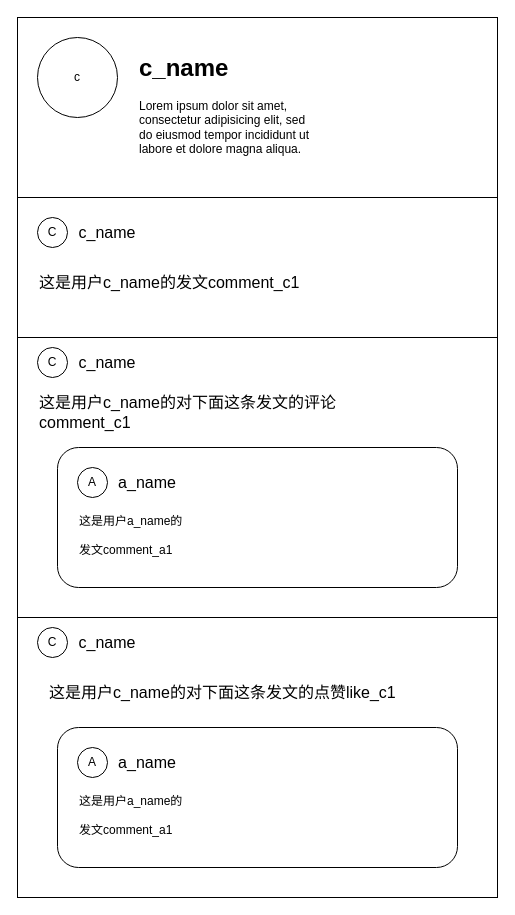
Earlier version of the draw.io diagram page "个人页" (4 of 6) of doc/drawio/unibbs.drawio (Jomeuan/unibbs). Source tidied: cells renumbered, new cells numbered last; positions are measured from the earlier drawing's top-left corner, leaving out a move shared by most shapes. Both pictures are drawn from the tidied source at 100%, with x=0, y=0 at pixel (17, 17).
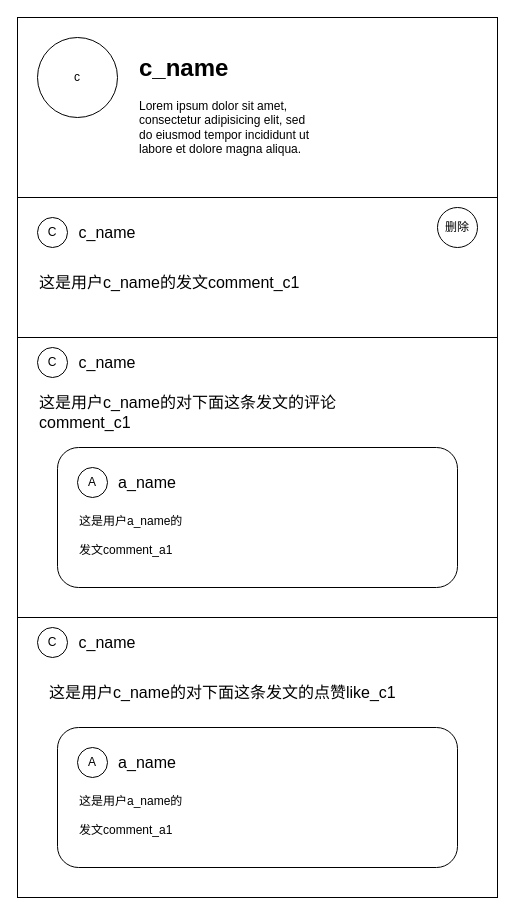
Above is the later version.

The change refers to these unchanged cells:
```xml
<mxCell id="21" style="group;" parent="1" vertex="1">
  <mxGeometry y="180" width="480" height="140" as="geometry" />
</mxCell>
```

What changed in the source:
```diff
@@
+    <mxCell id="30" value="删除" style="ellipse;whiteSpace=wrap;html=1;" parent="21" vertex="1">
+      <mxGeometry x="420" y="10" width="40" height="40" as="geometry" />
+    </mxCell>
```
